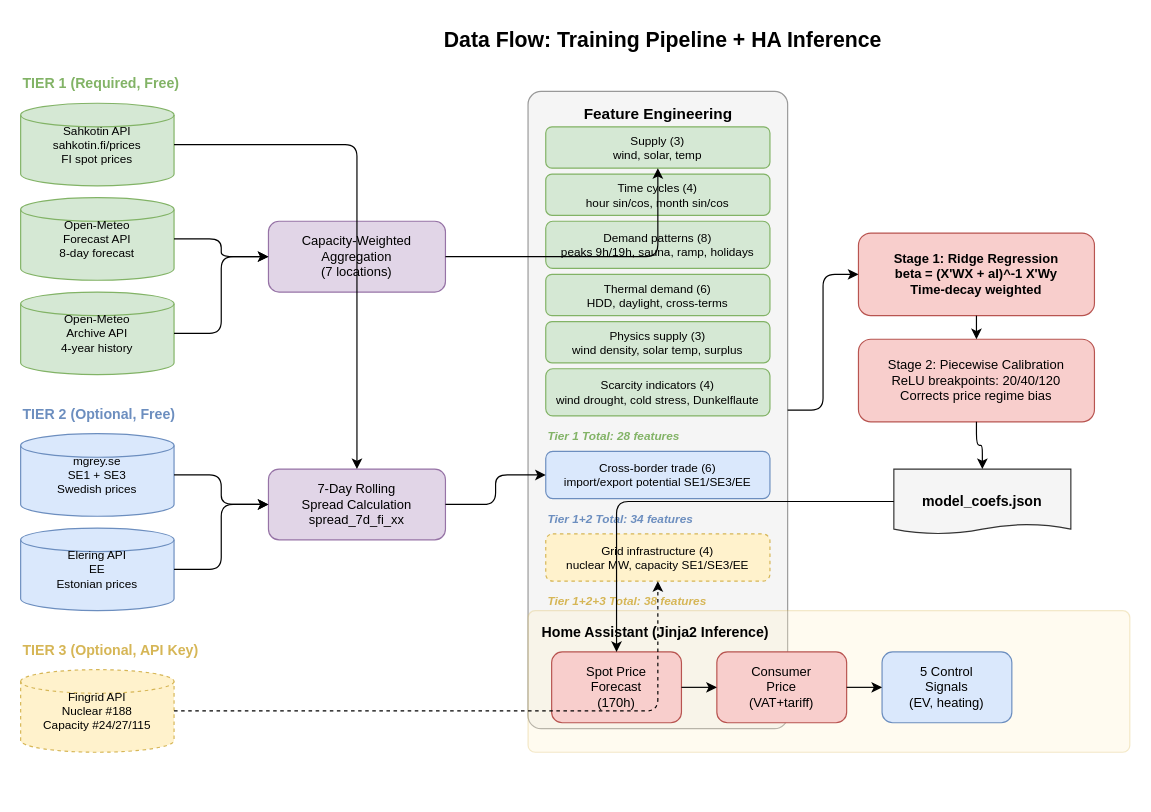
This is docs/diagrams/data-flow.drawio from watti-matti/HA-spot-price-predictor, a draw.io file, before an edit. Source tidied: cells renumbered, new cells numbered last; positions are measured from the earlier drawing's top-left corner, leaving out a move shared by most shapes. Both pictures are drawn from the tidied source at 118%, with x=0, y=0 at pixel (20, 20).
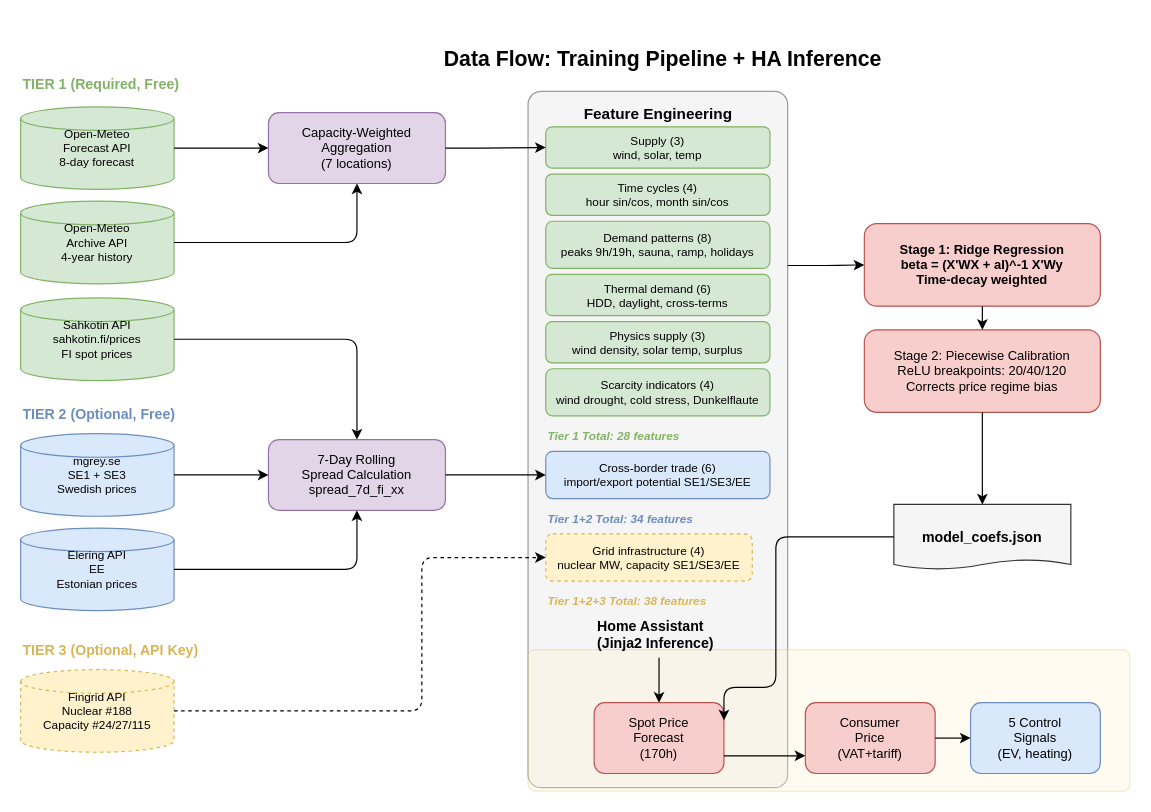
The same page after the edit.

The change refers to these unchanged cells:
```xml
<mxCell id="11" value="Fingrid API&#10;Nuclear #188&#10;Capacity #24/27/115" style="shape=cylinder3;whiteSpace=wrap;html=1;fillColor=#fff2cc;strokeColor=#d6b656;fontSize=10;size=10;dashed=1;" parent="1" vertex="1">
  <mxGeometry y="550" width="130" height="70" as="geometry" />
</mxCell>
```

Change to the diagram source:
```diff
@@
     <mxCell id="2" value="Data Flow: Training Pipeline + HA Inference" style="text;html=1;fontSize=18;fontStyle=1;align=center;" parent="1" vertex="1">
-      <mxGeometry x="244" width="600" height="30" as="geometry" />
+      <mxGeometry x="244" y="16" width="600" height="30" as="geometry" />
     </mxCell>
@@
     <mxCell id="4" value="Sahkotin API&#10;sahkotin.fi/prices&#10;FI spot prices" style="shape=cylinder3;whiteSpace=wrap;html=1;fillColor=#d5e8d4;strokeColor=#82b366;fontSize=10;size=10;" parent="1" vertex="1">
-      <mxGeometry y="70" width="130" height="70" as="geometry" />
+      <mxGeometry y="235" width="130" height="70" as="geometry" />
     </mxCell>
     <mxCell id="5" value="Open-Meteo&#10;Forecast API&#10;8-day forecast" style="shape=cylinder3;whiteSpace=wrap;html=1;fillColor=#d5e8d4;strokeColor=#82b366;fontSize=10;size=10;" parent="1" vertex="1">
-      <mxGeometry y="150" width="130" height="70" as="geometry" />
+      <mxGeometry y="73" width="130" height="70" as="geometry" />
     </mxCell>
     <mxCell id="6" value="Open-Meteo&#10;Archive API&#10;4-year history" style="shape=cylinder3;whiteSpace=wrap;html=1;fillColor=#d5e8d4;strokeColor=#82b366;fontSize=10;size=10;" parent="1" vertex="1">
-      <mxGeometry y="230" width="130" height="70" as="geometry" />
+      <mxGeometry y="153" width="130" height="70" as="geometry" />
     </mxCell>
@@
     <mxCell id="12" value="Capacity-Weighted&#10;Aggregation&#10;(7 locations)" style="rounded=1;whiteSpace=wrap;html=1;fillColor=#e1d5e7;strokeColor=#9673a6;fontSize=11;" parent="1" vertex="1">
-      <mxGeometry x="210" y="170" width="150" height="60" as="geometry" />
+      <mxGeometry x="210" y="78" width="150" height="60" as="geometry" />
     </mxCell>
     <mxCell id="13" value="7-Day Rolling&#10;Spread Calculation&#10;spread_7d_fi_xx" style="rounded=1;whiteSpace=wrap;html=1;fillColor=#e1d5e7;strokeColor=#9673a6;fontSize=11;" parent="1" vertex="1">
-      <mxGeometry x="210" y="380" width="150" height="60" as="geometry" />
+      <mxGeometry x="210" y="355" width="150" height="60" as="geometry" />
     </mxCell>
     <mxCell id="14" style="rounded=1;whiteSpace=wrap;html=1;fillColor=#f5f5f5;strokeColor=#999999;arcSize=5;" parent="1" vertex="1">
-      <mxGeometry x="430" y="60" width="220" height="540" as="geometry" />
+      <mxGeometry x="430" y="60" width="220" height="590" as="geometry" />
     </mxCell>
@@
     <mxCell id="25" value="Grid infrastructure (4)&#10;nuclear MW, capacity SE1/SE3/EE" style="rounded=1;whiteSpace=wrap;html=1;fillColor=#fff2cc;strokeColor=#d6b656;fontSize=10;dashed=1;" parent="1" vertex="1">
-      <mxGeometry x="445" y="435" width="190" height="40" as="geometry" />
+      <mxGeometry x="445" y="435" width="175" height="40" as="geometry" />
     </mxCell>
@@
     <mxCell id="27" value="Stage 1: Ridge Regression&#10;beta = (X'WX + aI)^-1 X'Wy&#10;Time-decay weighted" style="rounded=1;whiteSpace=wrap;html=1;fillColor=#f8cecc;strokeColor=#b85450;fontSize=11;fontStyle=1;" parent="1" vertex="1">
-      <mxGeometry x="710" y="180" width="200" height="70" as="geometry" />
+      <mxGeometry x="715" y="172" width="200" height="70" as="geometry" />
     </mxCell>
     <mxCell id="28" value="Stage 2: Piecewise Calibration&#10;ReLU breakpoints: 20/40/120&#10;Corrects price regime bias" style="rounded=1;whiteSpace=wrap;html=1;fillColor=#f8cecc;strokeColor=#b85450;fontSize=11;" parent="1" vertex="1">
-      <mxGeometry x="710" y="270" width="200" height="70" as="geometry" />
+      <mxGeometry x="715" y="262" width="200" height="70" as="geometry" />
     </mxCell>
     <mxCell id="29" value="model_coefs.json" style="shape=document;whiteSpace=wrap;html=1;fillColor=#f5f5f5;strokeColor=#333333;fontSize=12;fontStyle=1;size=0.15;" parent="1" vertex="1">
-      <mxGeometry x="740" y="380" width="150" height="55" as="geometry" />
+      <mxGeometry x="740" y="410" width="150" height="55" as="geometry" />
     </mxCell>
     <mxCell id="30" style="rounded=1;whiteSpace=wrap;html=1;fillColor=#fff2cc;strokeColor=#d6b656;arcSize=5;opacity=30;" parent="1" vertex="1">
-      <mxGeometry x="430" y="500" width="510" height="120" as="geometry" />
+      <mxGeometry x="430" y="533" width="510" height="120" as="geometry" />
     </mxCell>
+    <mxCell id="49" style="edgeStyle=orthogonalEdgeStyle;rounded=0;jettySize=auto;html=1;exitX=0.5;exitY=1;exitDx=0;exitDy=0;" parent="1" edge="1" source="31" target="32">
+      <mxGeometry relative="1" as="geometry" />
+    </mxCell>
-    <mxCell id="31" value="Home Assistant (Jinja2 Inference)" style="text;html=1;fontSize=12;fontStyle=1;" parent="1" vertex="1">
-      <mxGeometry x="440" y="505" width="250" height="20" as="geometry" />
+    <mxCell id="31" value="Home Assistant&lt;br&gt;(Jinja2 Inference)" style="text;html=1;fontSize=12;fontStyle=1;" parent="1" vertex="1">
+      <mxGeometry x="486.5" y="500" width="109" height="40" as="geometry" />
     </mxCell>
     <mxCell id="32" value="Spot Price&#10;Forecast&#10;(170h)" style="rounded=1;whiteSpace=wrap;html=1;fillColor=#f8cecc;strokeColor=#b85450;fontSize=11;" parent="1" vertex="1">
-      <mxGeometry x="450" y="535" width="110" height="60" as="geometry" />
+      <mxGeometry x="486" y="578" width="110" height="60" as="geometry" />
     </mxCell>
     <mxCell id="33" value="Consumer&#10;Price&#10;(VAT+tariff)" style="rounded=1;whiteSpace=wrap;html=1;fillColor=#f8cecc;strokeColor=#b85450;fontSize=11;" parent="1" vertex="1">
-      <mxGeometry x="590" y="535" width="110" height="60" as="geometry" />
+      <mxGeometry x="665" y="578" width="110" height="60" as="geometry" />
     </mxCell>
     <mxCell id="34" value="5 Control&#10;Signals&#10;(EV, heating)" style="rounded=1;whiteSpace=wrap;html=1;fillColor=#dae8fc;strokeColor=#6c8ebf;fontSize=11;" parent="1" vertex="1">
-      <mxGeometry x="730" y="535" width="110" height="60" as="geometry" />
+      <mxGeometry x="805" y="578" width="110" height="60" as="geometry" />
     </mxCell>
@@
-    <mxCell id="42" style="edgeStyle=orthogonalEdgeStyle;dashed=1;" parent="1" edge="1" source="11" target="25">
-      <mxGeometry relative="1" as="geometry" />
+    <mxCell id="42" style="edgeStyle=orthogonalEdgeStyle;dashed=1;entryX=0;entryY=0.5;entryDx=0;entryDy=0;" parent="1" edge="1" source="11" target="25">
+      <mxGeometry relative="1" as="geometry">
+        <Array as="points">
+          <mxPoint x="340" y="585" />
+          <mxPoint x="340" y="455" />
+        </Array>
+      </mxGeometry>
     </mxCell>
-    <mxCell id="43" style="edgeStyle=orthogonalEdgeStyle;" parent="1" edge="1" source="14" target="27">
+    <mxCell id="43" style="edgeStyle=orthogonalEdgeStyle;exitX=1;exitY=0.25;exitDx=0;exitDy=0;" parent="1" edge="1" source="14" target="27">
       <mxGeometry relative="1" as="geometry" />
     </mxCell>
@@
-    <mxCell id="46" style="edgeStyle=orthogonalEdgeStyle;" parent="1" edge="1" source="29" target="32">
-      <mxGeometry relative="1" as="geometry" />
+    <mxCell id="46" style="edgeStyle=orthogonalEdgeStyle;exitX=0;exitY=0.5;exitDx=0;exitDy=0;entryX=1;entryY=0.25;entryDx=0;entryDy=0;" parent="1" edge="1" source="29" target="32">
+      <mxGeometry relative="1" as="geometry">
+        <Array as="points">
+          <mxPoint x="640" y="438" />
+          <mxPoint x="640" y="565" />
+        </Array>
+      </mxGeometry>
     </mxCell>
-    <mxCell id="47" style="edgeStyle=orthogonalEdgeStyle;" parent="1" edge="1" source="32" target="33">
+    <mxCell id="47" style="edgeStyle=orthogonalEdgeStyle;exitX=1;exitY=0.75;exitDx=0;exitDy=0;entryX=0;entryY=0.75;entryDx=0;entryDy=0;" parent="1" edge="1" source="32" target="33">
       <mxGeometry relative="1" as="geometry" />
     </mxCell>
```
